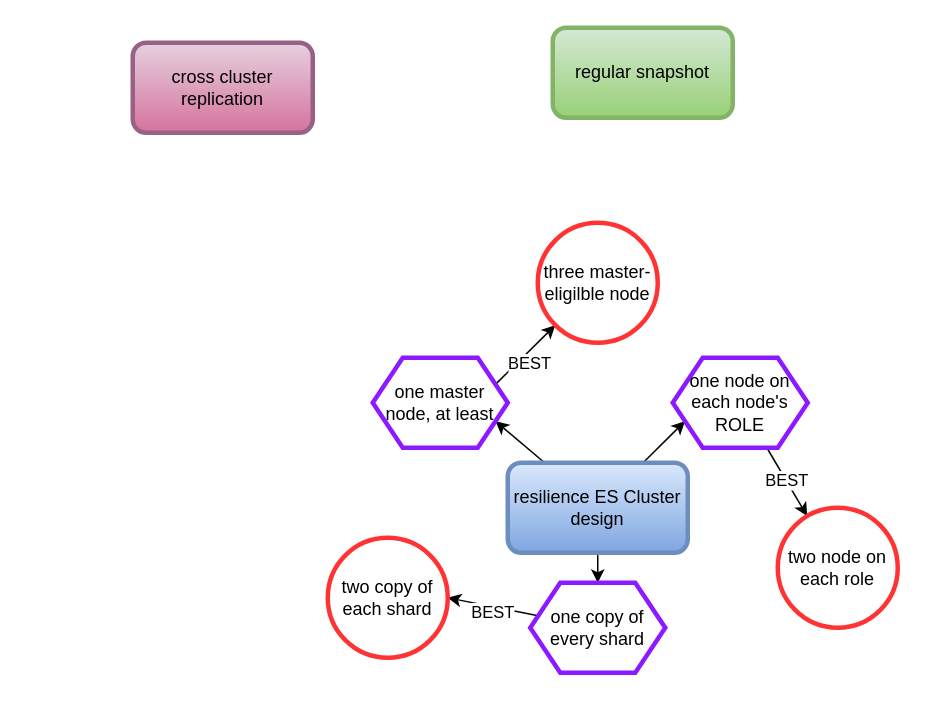
paramothers/books keeps this draw.io diagram as page "High AVAILABILITY" (10 of 10) of My Articles/elastic stack/Elastic Search Understanding.drawio. Above is the earlier version. Source tidied: cells renumbered, new cells numbered last; positions are measured from the earlier drawing's top-left corner, leaving out a move shared by most shapes. Both pictures are drawn from the tidied source at 150%, with x=0, y=0 at pixel (132, 27).
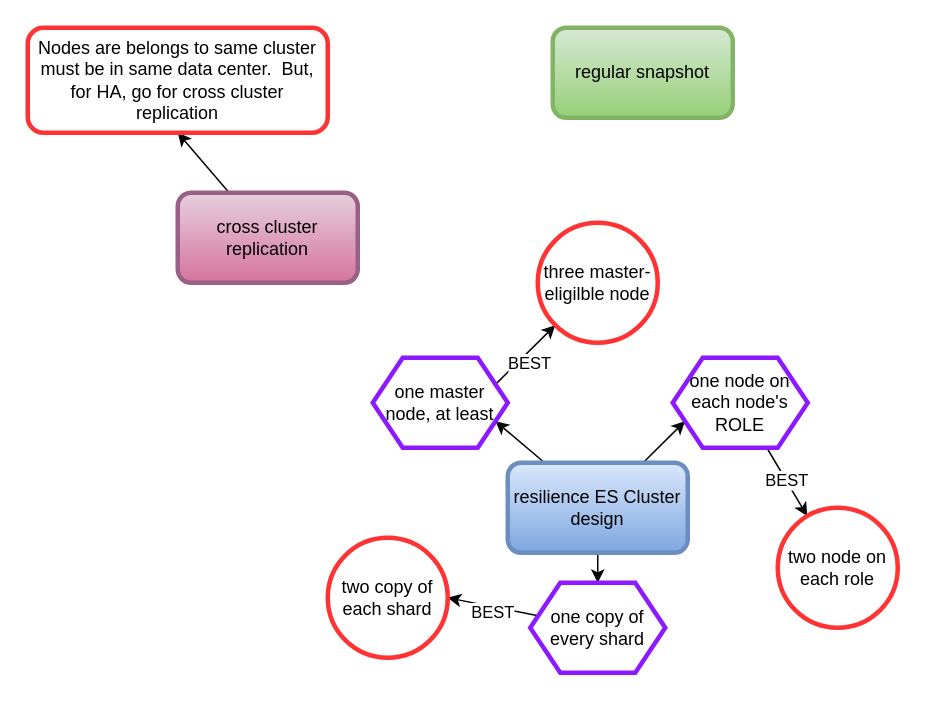
The same diagram, later.

Change to the diagram source:
```diff
@@
+    <mxCell id="19" style="edgeStyle=none;rounded=0;jettySize=auto;html=1;entryX=0.5;entryY=1;entryDx=0;entryDy=0;" parent="1" edge="1" source="8" target="20">
+      <mxGeometry relative="1" as="geometry" />
+    </mxCell>
     <mxCell id="8" value="cross cluster replication" style="rounded=1;whiteSpace=wrap;html=1;strokeColor=#996185;strokeWidth=3;fillColor=#e6d0de;gradientColor=#d5739d;" parent="1" vertex="1">
-      <mxGeometry y="10" width="120" height="60" as="geometry" />
+      <mxGeometry x="30" y="110" width="120" height="60" as="geometry" />
     </mxCell>
@@
+    <mxCell id="20" value="Nodes are belongs to same cluster must be in same data center.&amp;nbsp; But, for HA, go for cross cluster replication" style="rounded=1;whiteSpace=wrap;html=1;strokeColor=#FF3333;strokeWidth=3;fillColor=none;" parent="1" vertex="1">
+      <mxGeometry x="-70" width="200" height="70" as="geometry" />
+    </mxCell>
```
